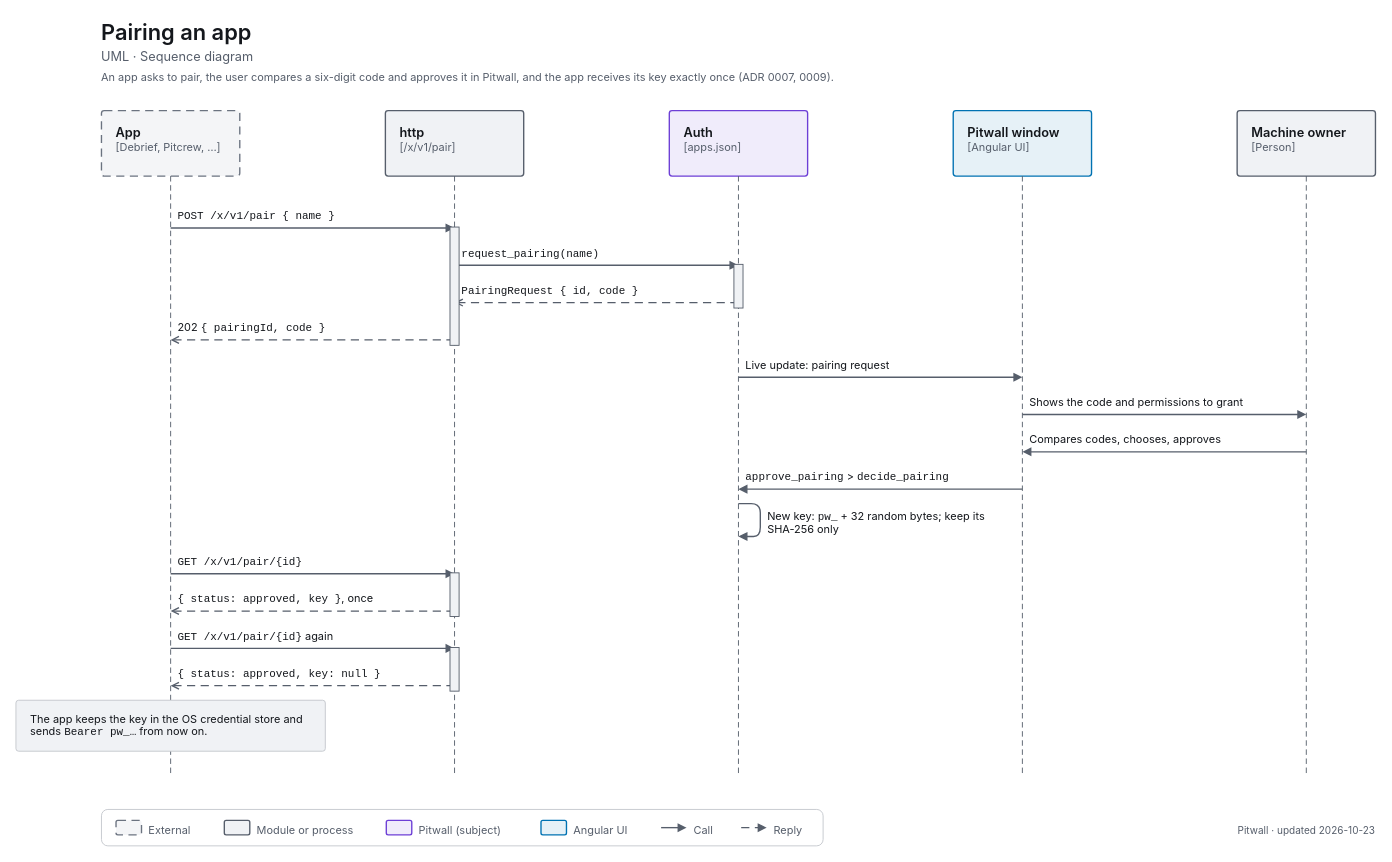
The draw.io diagram apps/pitwall/docs/diagrams/uml-seq-pairing.drawio in decryp7/paddock, before the edit. Source tidied: cells renumbered, new cells numbered last; positions are measured from the earlier drawing's top-left corner, leaving out a move shared by most shapes. Both pictures are drawn from the tidied source at 91%, with x=0, y=0 at pixel (15, 15).
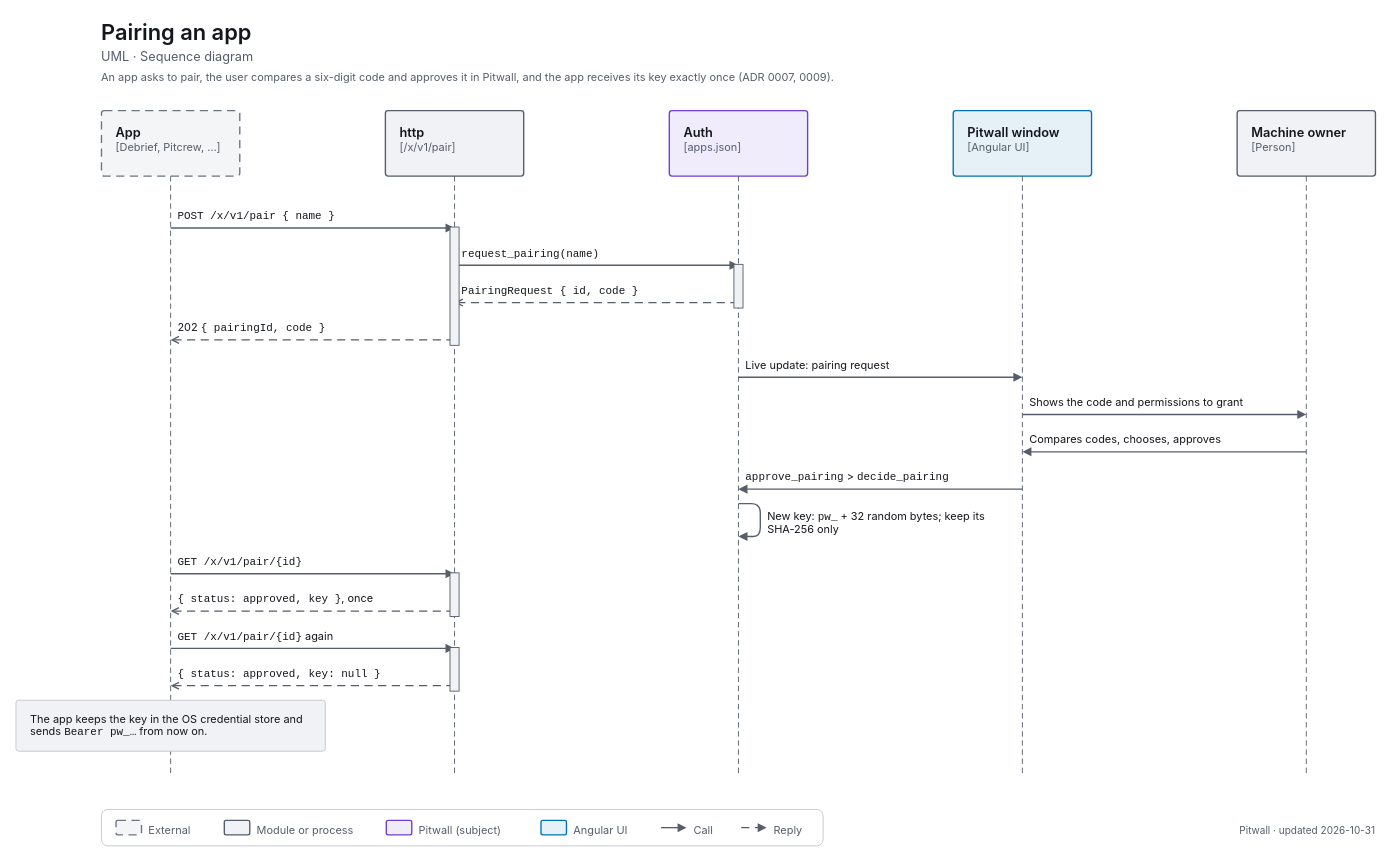
Above is the later version.

What changed in the source:
```diff
@@
-    <mxCell id="59" value="&lt;span style=&quot;font-size:11px;font-weight:400&quot;&gt;Pitwall · updated 2026-10-23&lt;/span&gt;" style="html=1;whiteSpace=wrap;fontFamily=-apple-system,BlinkMacSystemFont,Segoe UI,system-ui,sans-serif;fontSize=12;fontColor=light-dark(#14171C,#ECEEF1);text;strokeColor=none;fillColor=none;align=right;verticalAlign=top;spacing=0;fontColor=light-dark(#565E6B,#A0A7B2);" parent="1" vertex="1">
+    <mxCell id="59" value="&lt;span style=&quot;font-size:11px;font-weight:400&quot;&gt;Pitwall · updated 2026-10-31&lt;/span&gt;" style="html=1;whiteSpace=wrap;fontFamily=-apple-system,BlinkMacSystemFont,Segoe UI,system-ui,sans-serif;fontSize=12;fontColor=light-dark(#14171C,#ECEEF1);text;strokeColor=none;fillColor=none;align=right;verticalAlign=top;spacing=0;fontColor=light-dark(#565E6B,#A0A7B2);" parent="1" vertex="1">
       <mxGeometry x="1134" y="883" width="360" height="18" as="geometry" />
     </mxCell>
```
